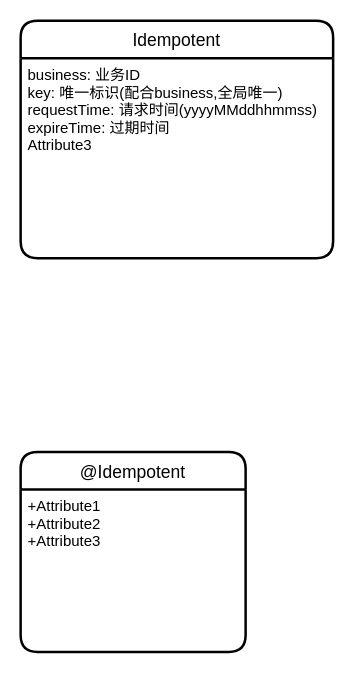
Above: 幂等流程图.drawio in moriwuzhe/org-diagrams (draw.io), before the change. Source tidied: cells renumbered, new cells numbered last; positions are measured from the earlier drawing's top-left corner, leaving out a move shared by most shapes. Both pictures are drawn from the tidied source at 125%, with x=0, y=0 at pixel (20, 20).
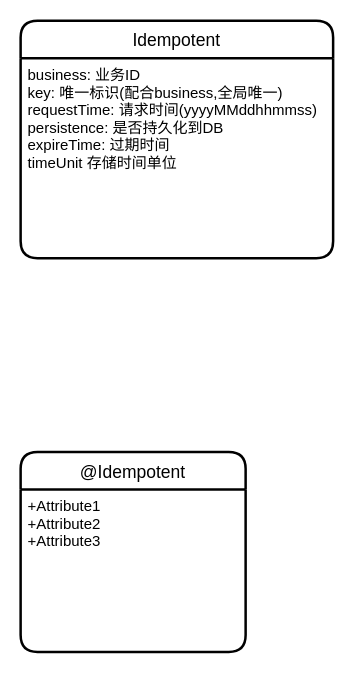
After the change.

Commit message (it also covers changes not shown here):
更新幂等流程图.drawio

Diff of the diagram source:
```diff
@@
 <mxGraphModel background="#ffffff">
   <root>
     <mxCell id="0" />
     <mxCell id="1" parent="0" />
     <mxCell id="2" value="@Idempotent" style="swimlane;horizontal=1;startSize=30;rounded=1;fontSize=14;fontStyle=0;strokeWidth=2;shadow=0;dashed=0;align=center;" parent="1" vertex="1">
       <mxGeometry y="345" width="180" height="160" as="geometry" />
     </mxCell>
     <mxCell id="3" value="+Attribute1&#10;+Attribute2&#10;+Attribute3" style="align=left;strokeColor=none;fillColor=none;spacingLeft=4;fontSize=12;verticalAlign=top;" parent="2" vertex="1">
       <mxGeometry y="30" width="180" height="130" as="geometry" />
     </mxCell>
     <mxCell id="4" value="Idempotent" style="swimlane;horizontal=1;startSize=30;rounded=1;fontSize=14;fontStyle=0;strokeWidth=2;shadow=0;dashed=0;align=center;" parent="1" vertex="1">
       <mxGeometry width="250" height="190" as="geometry" />
     </mxCell>
-    <mxCell id="5" value="business: 业务ID&#10;key: 唯一标识(配合business,全局唯一)&#10;requestTime: 请求时间(yyyyMMddhhmmss)&#10;expireTime: 过期时间&#10;Attribute3" style="align=left;strokeColor=none;fillColor=none;spacingLeft=4;fontSize=12;verticalAlign=top;" parent="4" vertex="1">
+    <mxCell id="5" value="business: 业务ID&#10;key: 唯一标识(配合business,全局唯一)&#10;requestTime: 请求时间(yyyyMMddhhmmss)&#10;persistence: 是否持久化到DB&#10;expireTime: 过期时间&#10;timeUnit 存储时间单位&#10;&#10;" style="align=left;strokeColor=none;fillColor=none;spacingLeft=4;fontSize=12;verticalAlign=top;" parent="4" vertex="1">
       <mxGeometry y="30" width="250" height="160" as="geometry" />
     </mxCell>
   </root>
 </mxGraphModel>
```
